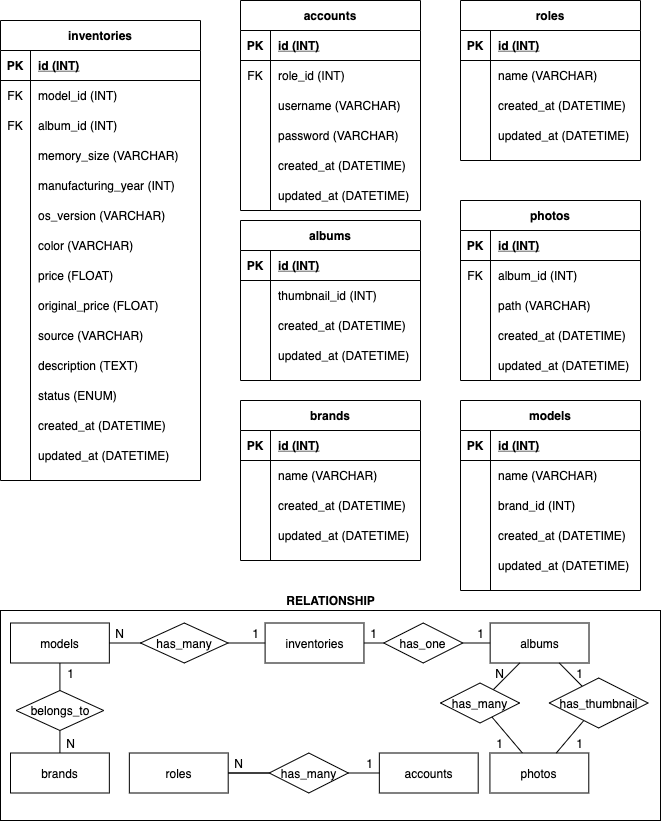
Above: dbdesign/phone_shop_DB.png in ysoseriouz/phone_shop (draw.io), before the change. Source tidied: cells renumbered, new cells last; positions are measured from the earlier drawing's top-left corner, leaving out a move shared by most shapes.
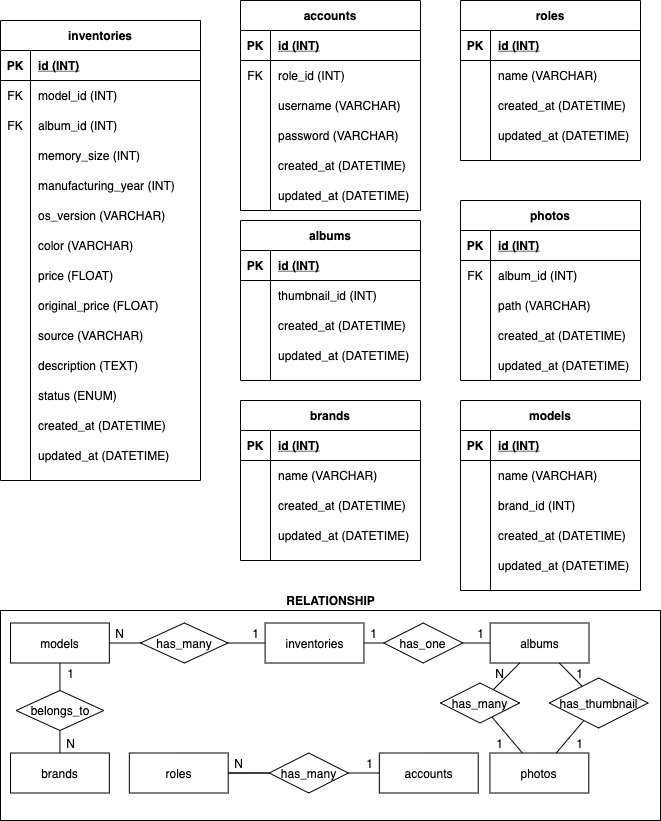
After the change.

Commit message:
Change memory_size to INT

Change to the diagram source:
```diff
@@ -248,7 +248,7 @@
     <mxCell id="83" style="shape=partialRectangle;fillColor=none;top=0;left=0;bottom=0;right=0;overflow=hidden;" parent="82" vertex="1">
       <mxGeometry width="30" height="30" as="geometry" />
     </mxCell>
-    <mxCell id="84" value="memory_size (VARCHAR)" style="shape=partialRectangle;fillColor=none;top=0;left=0;bottom=0;right=0;align=left;spacingLeft=6;overflow=hidden;" parent="82" vertex="1">
+    <mxCell id="84" value="memory_size (INT)" style="shape=partialRectangle;fillColor=none;top=0;left=0;bottom=0;right=0;align=left;spacingLeft=6;overflow=hidden;" parent="82" vertex="1">
       <mxGeometry x="30" width="170" height="30" as="geometry" />
     </mxCell>
     <mxCell id="85" style="shape=partialRectangle;fillColor=none;top=0;left=0;bottom=0;right=0;" parent="72" vertex="1">
```
